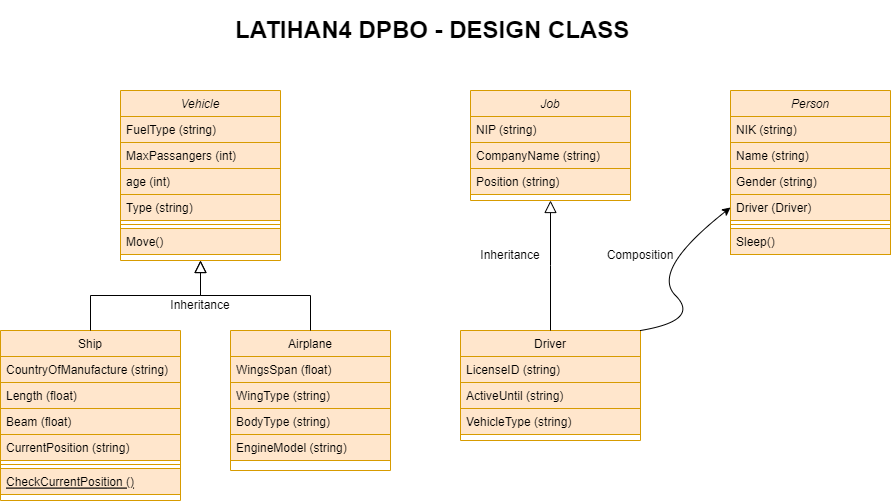
This is UML_TP4.png from driskimaulana/LATIHAN4DPBO2022, a draw.io export, as it was before one commit. Source tidied: cells renumbered, new cells last; positions are measured from the earlier drawing's top-left corner, leaving out a move shared by most shapes.
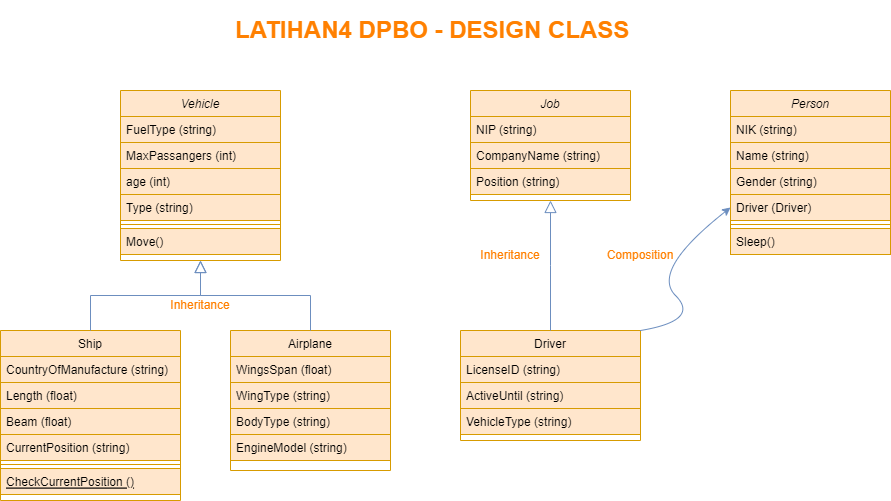
After the change.

The edit, as a diff of the source:
```diff
@@ -44,7 +44,7 @@
     <mxCell id="15" value="CheckCurrentPosition ()" style="text;align=left;verticalAlign=top;spacingLeft=4;spacingRight=4;overflow=hidden;fontStyle=4;fillColor=#ffe6cc;strokeColor=#d79b00;" parent="9" vertex="1">
       <mxGeometry y="138" width="180" height="26" as="geometry" />
     </mxCell>
-    <mxCell id="16" style="endArrow=block;endSize=10;endFill=0;shadow=0;strokeWidth=1;rounded=0;edgeStyle=elbowEdgeStyle;elbow=vertical;" parent="1" edge="1" source="9" target="2">
+    <mxCell id="16" style="endArrow=block;endSize=10;endFill=0;shadow=0;strokeWidth=1;rounded=0;edgeStyle=elbowEdgeStyle;elbow=vertical;fillColor=#dae8fc;strokeColor=#6c8ebf;" parent="1" edge="1" source="9" target="2">
       <mxGeometry relative="1" as="geometry" />
     </mxCell>
     <mxCell id="17" value="Airplane" style="swimlane;fontStyle=0;align=center;verticalAlign=top;horizontal=1;startSize=26;rounded=0;shadow=0;strokeWidth=1;fillColor=#ffe6cc;strokeColor=#d79b00;" parent="1" vertex="1">
@@ -62,7 +62,7 @@
     <mxCell id="21" value="EngineModel (string)" style="text;align=left;verticalAlign=top;spacingLeft=4;spacingRight=4;overflow=hidden;fillColor=#ffe6cc;strokeColor=#d79b00;" parent="17" vertex="1">
       <mxGeometry y="104" width="160" height="26" as="geometry" />
     </mxCell>
-    <mxCell id="22" style="endArrow=block;endSize=10;endFill=0;shadow=0;strokeWidth=1;rounded=0;edgeStyle=elbowEdgeStyle;elbow=vertical;" parent="1" edge="1" source="17" target="2">
+    <mxCell id="22" style="endArrow=block;endSize=10;endFill=0;shadow=0;strokeWidth=1;rounded=0;edgeStyle=elbowEdgeStyle;elbow=vertical;fillColor=#dae8fc;strokeColor=#6c8ebf;" parent="1" edge="1" source="17" target="2">
       <mxGeometry relative="1" as="geometry" />
     </mxCell>
     <mxCell id="23" value="Job" style="swimlane;fontStyle=2;align=center;verticalAlign=top;horizontal=1;startSize=26;rounded=0;shadow=0;strokeWidth=1;fillColor=#ffe6cc;strokeColor=#d79b00;" parent="1" vertex="1">
@@ -89,7 +89,7 @@
     <mxCell id="30" value="VehicleType (string)" style="text;align=left;verticalAlign=top;spacingLeft=4;spacingRight=4;overflow=hidden;rounded=0;shadow=0;html=0;fillColor=#ffe6cc;strokeColor=#d79b00;" parent="27" vertex="1">
       <mxGeometry y="78" width="180" height="26" as="geometry" />
     </mxCell>
-    <mxCell id="31" style="endArrow=block;endSize=10;endFill=0;shadow=0;strokeWidth=1;rounded=0;edgeStyle=elbowEdgeStyle;elbow=vertical;exitX=0.5;exitY=0;exitDx=0;exitDy=0;entryX=0.5;entryY=1;entryDx=0;entryDy=0;" parent="1" edge="1" source="27" target="23">
+    <mxCell id="31" style="endArrow=block;endSize=10;endFill=0;shadow=0;strokeWidth=1;rounded=0;edgeStyle=elbowEdgeStyle;elbow=vertical;exitX=0.5;exitY=0;exitDx=0;exitDy=0;entryX=0.5;entryY=1;entryDx=0;entryDy=0;fillColor=#dae8fc;strokeColor=#6c8ebf;" parent="1" edge="1" source="27" target="23">
       <mxGeometry relative="1" as="geometry" />
     </mxCell>
     <mxCell id="32" value="Person" style="swimlane;fontStyle=2;align=center;verticalAlign=top;horizontal=1;startSize=26;rounded=0;shadow=0;strokeWidth=1;fillColor=#ffe6cc;strokeColor=#d79b00;" parent="1" vertex="1">
@@ -113,16 +113,16 @@
     <mxCell id="38" value="Sleep()" style="text;align=left;verticalAlign=top;spacingLeft=4;spacingRight=4;overflow=hidden;fillColor=#ffe6cc;strokeColor=#d79b00;" parent="32" vertex="1">
       <mxGeometry y="138" width="160" height="26" as="geometry" />
     </mxCell>
-    <mxCell id="39" value="&lt;h1&gt;&lt;span&gt;LATIHAN4 DPBO - DESIGN CLASS&lt;/span&gt;&lt;br&gt;&lt;/h1&gt;" style="text;html=1;strokeColor=none;fillColor=none;spacing=5;spacingTop=-20;whiteSpace=wrap;overflow=hidden;rounded=0;" parent="1" vertex="1">
+    <mxCell id="39" value="&lt;h1&gt;&lt;span&gt;LATIHAN4 DPBO - DESIGN CLASS&lt;/span&gt;&lt;br&gt;&lt;/h1&gt;" style="text;html=1;strokeColor=none;fillColor=none;spacing=5;spacingTop=-20;whiteSpace=wrap;overflow=hidden;rounded=0;fontColor=#FF8000;" parent="1" vertex="1">
       <mxGeometry x="230" width="450" height="40" as="geometry" />
     </mxCell>
-    <mxCell id="40" value="Inheritance" style="text;html=1;strokeColor=none;fillColor=none;align=center;verticalAlign=middle;whiteSpace=wrap;rounded=0;" parent="1" vertex="1">
+    <mxCell id="40" value="Inheritance" style="text;html=1;strokeColor=none;fillColor=none;align=center;verticalAlign=middle;whiteSpace=wrap;rounded=0;fontColor=#FF8000;" parent="1" vertex="1">
       <mxGeometry x="170" y="280" width="60" height="30" as="geometry" />
     </mxCell>
-    <mxCell id="41" value="Inheritance" style="text;html=1;strokeColor=none;fillColor=none;align=center;verticalAlign=middle;whiteSpace=wrap;rounded=0;" parent="1" vertex="1">
+    <mxCell id="41" value="Inheritance" style="text;html=1;strokeColor=none;fillColor=none;align=center;verticalAlign=middle;whiteSpace=wrap;rounded=0;fontColor=#FF8000;" parent="1" vertex="1">
       <mxGeometry x="480" y="230" width="60" height="30" as="geometry" />
     </mxCell>
-    <mxCell id="42" style="curved=1;endArrow=classic;html=1;rounded=0;exitX=1;exitY=0;exitDx=0;exitDy=0;entryX=0;entryY=0.5;entryDx=0;entryDy=0;" parent="1" edge="1" source="27" target="36">
+    <mxCell id="42" style="curved=1;endArrow=classic;html=1;rounded=0;exitX=1;exitY=0;exitDx=0;exitDy=0;entryX=0;entryY=0.5;entryDx=0;entryDy=0;fillColor=#dae8fc;strokeColor=#6c8ebf;" parent="1" edge="1" source="27" target="36">
       <mxGeometry relative="1" as="geometry">
         <Array as="points">
           <mxPoint x="700" y="310" />
@@ -130,7 +130,7 @@
         </Array>
       </mxGeometry>
     </mxCell>
-    <mxCell id="43" value="Composition" style="text;html=1;strokeColor=none;fillColor=none;align=center;verticalAlign=middle;whiteSpace=wrap;rounded=0;" parent="1" vertex="1">
+    <mxCell id="43" value="Composition" style="text;html=1;strokeColor=none;fillColor=none;align=center;verticalAlign=middle;whiteSpace=wrap;rounded=0;fontColor=#FF8000;" parent="1" vertex="1">
       <mxGeometry x="610" y="230" width="60" height="30" as="geometry" />
     </mxCell>
   </root>
```
